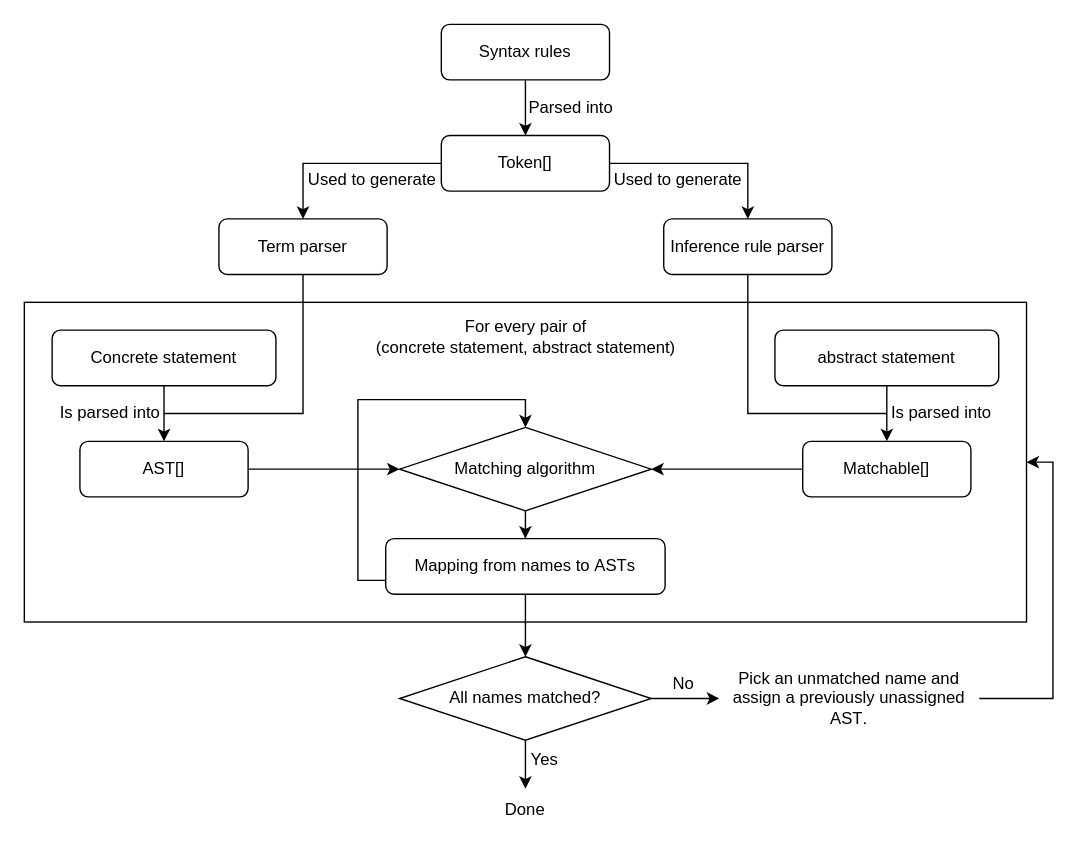
This is conclusion/flowchart.drawio from justinkeung1018/building-derivations-docs, a draw.io file, before an edit. Source tidied: cells renumbered, new cells numbered last; positions are measured from the earlier drawing's top-left corner, leaving out a move shared by most shapes. Both pictures are drawn from the tidied source at 139%, with x=0, y=0 at pixel (24, 24).
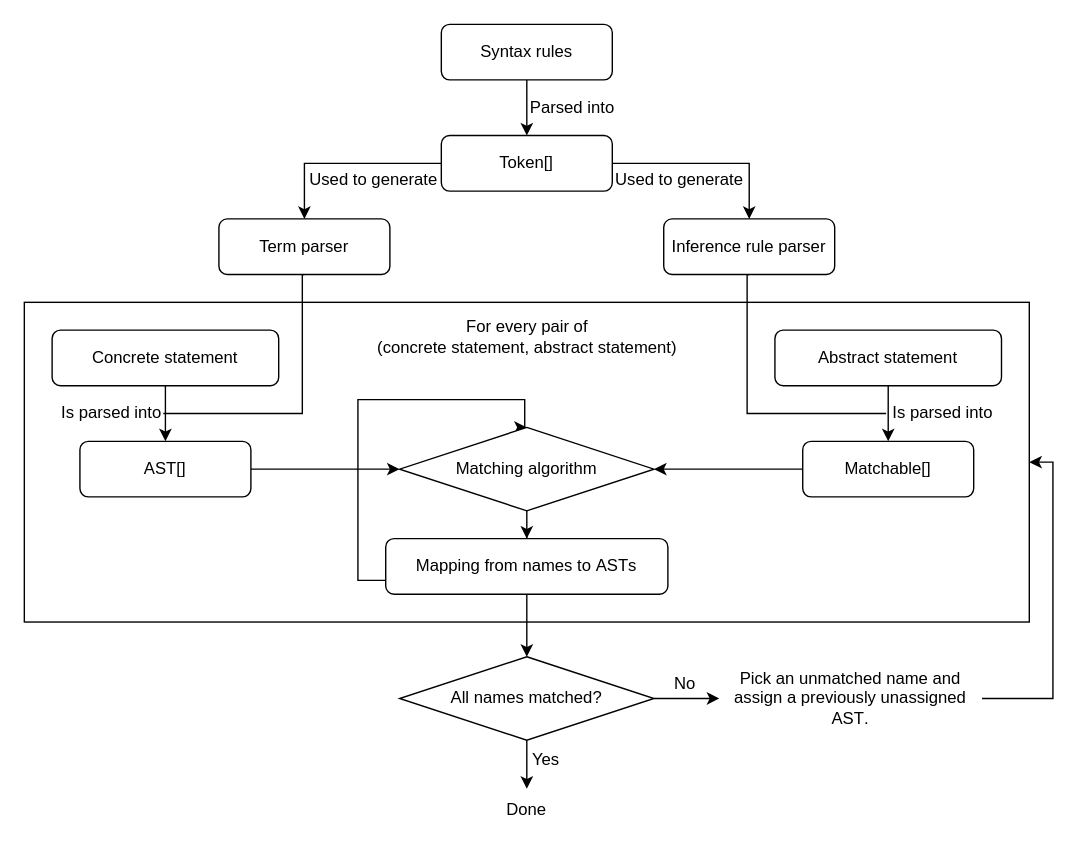
The same page after the edit.

The edit, as a diff of the source:
```diff
@@
     <mxCell id="2" style="rounded=0;whiteSpace=wrap;html=1;fillColor=none;" parent="1" vertex="1">
-      <mxGeometry y="200" width="721" height="230" as="geometry" />
+      <mxGeometry y="200" width="723" height="230" as="geometry" />
     </mxCell>
@@
     <mxCell id="4" value="&lt;font face=&quot;libertine&quot;&gt;Syntax rules&lt;/font&gt;" style="rounded=1;whiteSpace=wrap;html=1;fontSize=12;glass=0;strokeWidth=1;shadow=0;" parent="1" vertex="1">
-      <mxGeometry x="300" width="121" height="40" as="geometry" />
+      <mxGeometry x="300" width="123" height="40" as="geometry" />
     </mxCell>
@@
     <mxCell id="7" value="Token[]" style="rounded=1;whiteSpace=wrap;html=1;fontSize=12;glass=0;strokeWidth=1;shadow=0;fontFamily=NewComputerModernMono10;" parent="1" vertex="1">
-      <mxGeometry x="300" y="80" width="121" height="40" as="geometry" />
+      <mxGeometry x="300" y="80" width="123" height="40" as="geometry" />
     </mxCell>
@@
     <mxCell id="9" value="&lt;font&gt;Term parser&lt;/font&gt;" style="rounded=1;whiteSpace=wrap;html=1;fontSize=12;glass=0;strokeWidth=1;shadow=0;fontFamily=libertine;" parent="1" vertex="1">
-      <mxGeometry x="140" y="140" width="121" height="40" as="geometry" />
+      <mxGeometry x="140" y="140" width="123" height="40" as="geometry" />
     </mxCell>
@@
     <mxCell id="11" value="Inference rule parser" style="rounded=1;whiteSpace=wrap;html=1;fontSize=12;glass=0;strokeWidth=1;shadow=0;fontFamily=libertine;" parent="1" vertex="1">
-      <mxGeometry x="460" y="140" width="121" height="40" as="geometry" />
+      <mxGeometry x="460" y="140" width="123" height="40" as="geometry" />
     </mxCell>
@@
-    <mxCell id="13" value="&lt;font&gt;abstract statement&lt;/font&gt;" style="rounded=1;whiteSpace=wrap;html=1;fontSize=12;glass=0;strokeWidth=1;shadow=0;fontFamily=libertine;" parent="1" vertex="1">
-      <mxGeometry x="540" y="220" width="161" height="40" as="geometry" />
+    <mxCell id="13" value="&lt;font&gt;Abstract statement&lt;/font&gt;" style="rounded=1;whiteSpace=wrap;html=1;fontSize=12;glass=0;strokeWidth=1;shadow=0;fontFamily=libertine;" parent="1" vertex="1">
+      <mxGeometry x="540" y="220" width="163" height="40" as="geometry" />
     </mxCell>
@@
     <mxCell id="15" value="&lt;font&gt;Concrete statement&lt;/font&gt;" style="rounded=1;whiteSpace=wrap;html=1;fontSize=12;glass=0;strokeWidth=1;shadow=0;fontFamily=libertine;" parent="1" vertex="1">
-      <mxGeometry x="20" y="220" width="161" height="40" as="geometry" />
+      <mxGeometry x="20" y="220" width="163" height="40" as="geometry" />
     </mxCell>
@@
     <mxCell id="17" value="&lt;font face=&quot;NewComputerModernMono10&quot;&gt;AST[]&lt;/font&gt;" style="rounded=1;whiteSpace=wrap;html=1;fontSize=12;glass=0;strokeWidth=1;shadow=0;fontFamily=libertine;" parent="1" vertex="1">
-      <mxGeometry x="40" y="300" width="121" height="40" as="geometry" />
+      <mxGeometry x="40" y="300" width="123" height="40" as="geometry" />
     </mxCell>
@@
     <mxCell id="19" value="&lt;font face=&quot;NewComputerModernMono10&quot;&gt;Matchable[]&lt;/font&gt;" style="rounded=1;whiteSpace=wrap;html=1;fontSize=12;glass=0;strokeWidth=1;shadow=0;fontFamily=libertine;" parent="1" vertex="1">
-      <mxGeometry x="560" y="300" width="121" height="40" as="geometry" />
+      <mxGeometry x="560" y="300" width="123" height="40" as="geometry" />
     </mxCell>
@@
     <mxCell id="22" value="Mapping from names to &lt;font face=&quot;NewComputerModernMono10&quot;&gt;AST&lt;/font&gt;s" style="rounded=1;whiteSpace=wrap;html=1;fontSize=12;glass=0;strokeWidth=1;shadow=0;fontFamily=libertine;" parent="1" vertex="1">
-      <mxGeometry x="260" y="370" width="201" height="40" as="geometry" />
+      <mxGeometry x="260" y="370" width="203" height="40" as="geometry" />
     </mxCell>
     <mxCell id="23" value="Parsed into" style="text;html=1;align=center;verticalAlign=middle;whiteSpace=wrap;rounded=0;fontFamily=libertine;" parent="1" vertex="1">
-      <mxGeometry x="348" y="40" width="91" height="40" as="geometry" />
+      <mxGeometry x="348" y="40" width="93" height="40" as="geometry" />
     </mxCell>
     <mxCell id="24" value="Used to generate" style="text;html=1;align=center;verticalAlign=middle;whiteSpace=wrap;rounded=0;fontFamily=libertine;" parent="1" vertex="1">
-      <mxGeometry x="200" y="92" width="101" height="40" as="geometry" />
+      <mxGeometry x="200" y="92" width="103" height="40" as="geometry" />
     </mxCell>
     <mxCell id="25" value="Used to generate" style="text;html=1;align=center;verticalAlign=middle;whiteSpace=wrap;rounded=0;fontFamily=libertine;" parent="1" vertex="1">
-      <mxGeometry x="420" y="92" width="101" height="40" as="geometry" />
+      <mxGeometry x="420" y="92" width="103" height="40" as="geometry" />
     </mxCell>
@@
     <mxCell id="27" value="Matching algorithm" style="rhombus;whiteSpace=wrap;html=1;fontFamily=libertine;" parent="1" vertex="1">
-      <mxGeometry x="270" y="290" width="181" height="60" as="geometry" />
+      <mxGeometry x="270" y="290" width="183" height="60" as="geometry" />
     </mxCell>
     <mxCell id="28" value="For every pair of&lt;div&gt;(concrete statement, abstract statement)&lt;/div&gt;" style="text;html=1;align=center;verticalAlign=middle;whiteSpace=wrap;rounded=0;fontFamily=libertine;" parent="1" vertex="1">
-      <mxGeometry x="197.5" y="210" width="326" height="30" as="geometry" />
+      <mxGeometry x="197.5" y="210" width="328" height="30" as="geometry" />
     </mxCell>
@@
     <mxCell id="31" value="All names matched?" style="rhombus;whiteSpace=wrap;html=1;fontFamily=libertine;" parent="1" vertex="1">
-      <mxGeometry x="270" y="455" width="181" height="60" as="geometry" />
+      <mxGeometry x="270" y="455" width="183" height="60" as="geometry" />
     </mxCell>
     <mxCell id="32" value="Done" style="text;html=1;align=center;verticalAlign=middle;whiteSpace=wrap;rounded=0;fontFamily=libertine;" parent="1" vertex="1">
-      <mxGeometry x="330" y="550" width="61" height="30" as="geometry" />
+      <mxGeometry x="330" y="550" width="63" height="30" as="geometry" />
     </mxCell>
     <mxCell id="33" value="Yes" style="text;html=1;align=center;verticalAlign=middle;whiteSpace=wrap;rounded=0;fontFamily=libertine;" parent="1" vertex="1">
-      <mxGeometry x="344" y="514" width="61" height="30" as="geometry" />
+      <mxGeometry x="344" y="514" width="63" height="30" as="geometry" />
     </mxCell>
     <mxCell id="34" value="No" style="text;html=1;align=center;verticalAlign=middle;whiteSpace=wrap;rounded=0;fontFamily=libertine;" parent="1" vertex="1">
-      <mxGeometry x="444" y="460" width="61" height="30" as="geometry" />
+      <mxGeometry x="444" y="460" width="63" height="30" as="geometry" />
     </mxCell>
@@
     <mxCell id="36" value="Pick an unmatched name and assign a previously unassigned &lt;font face=&quot;NewComputerModernMono10&quot;&gt;AST&lt;/font&gt;." style="text;html=1;align=center;verticalAlign=middle;whiteSpace=wrap;rounded=0;fontFamily=libertine;spacing=4;" parent="1" vertex="1">
-      <mxGeometry x="500" y="465" width="187" height="40" as="geometry" />
+      <mxGeometry x="500" y="465" width="189" height="40" as="geometry" />
     </mxCell>
     <mxCell id="37" value="Is parsed into" style="text;html=1;align=center;verticalAlign=middle;whiteSpace=wrap;rounded=0;fontFamily=libertine;" parent="1" vertex="1">
-      <mxGeometry x="24" y="260" width="76" height="40" as="geometry" />
+      <mxGeometry x="24" y="260" width="78" height="40" as="geometry" />
     </mxCell>
     <mxCell id="38" value="Is parsed into" style="text;html=1;align=center;verticalAlign=middle;whiteSpace=wrap;rounded=0;fontFamily=libertine;" parent="1" vertex="1">
-      <mxGeometry x="622" y="260" width="76" height="40" as="geometry" />
+      <mxGeometry x="622" y="260" width="78" height="40" as="geometry" />
     </mxCell>
```
